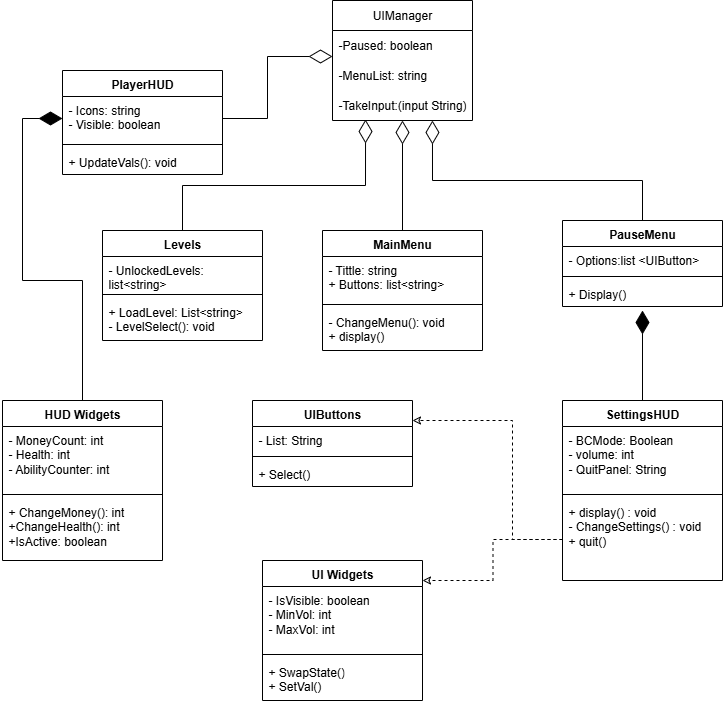
Above: docs/team_lead_6/ClassDiagram.drawio.png in proph-et/uidaho-cs-3383-nitrogen-interactive (draw.io), before the change. Source tidied: cells renumbered, new cells last; positions are measured from the earlier drawing's top-left corner, leaving out a move shared by most shapes.
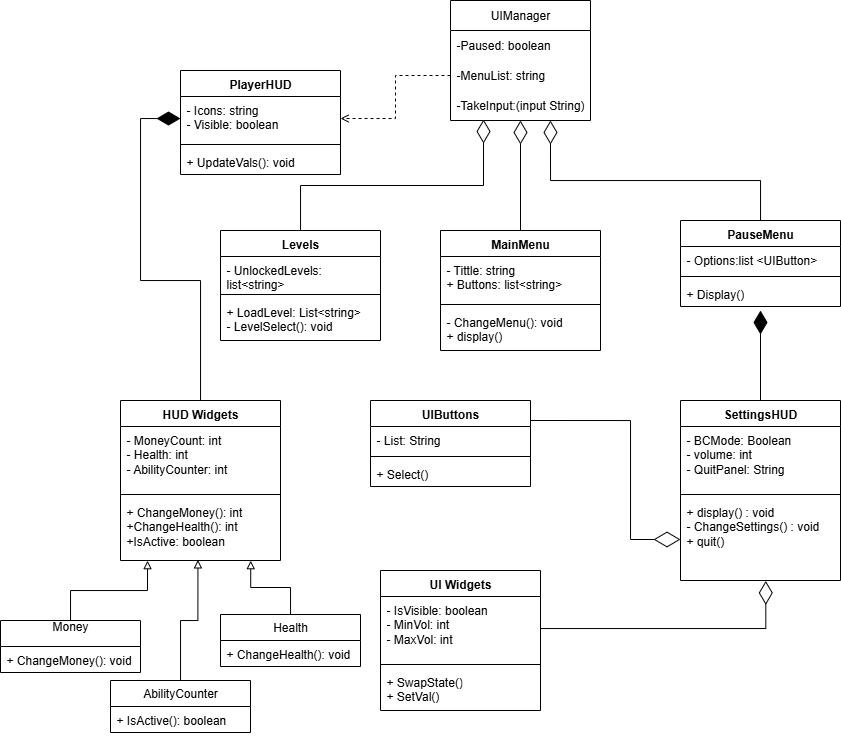
After the change.

What changed in the source:
```diff
@@ -75,7 +75,7 @@
     <mxCell id="24" style="line;strokeWidth=1;fillColor=none;align=left;verticalAlign=middle;spacingTop=-1;spacingLeft=3;spacingRight=3;labelPosition=right;strokeColor=inherit;" parent="22" vertex="1">
       <mxGeometry y="90" width="160" height="8" as="geometry" />
     </mxCell>
-    <mxCell id="25" style="edgeStyle=orthogonalEdgeStyle;shape=filledEdge;rounded=0;jettySize=auto;html=1;elbow=vertical;endArrow=classic;endFill=0;dashed=1;" parent="22" edge="1" source="27">
+    <mxCell id="25" style="edgeStyle=orthogonalEdgeStyle;shape=filledEdge;rounded=0;jettySize=auto;html=1;elbow=vertical;endArrow=none;endFill=0;startSize=24;endSize=17;startArrow=diamondThin;startFill=0;" parent="22" edge="1" source="27">
       <mxGeometry relative="1" as="geometry">
         <mxPoint x="-150" y="20" as="targetPoint" />
         <Array as="points">
@@ -84,11 +84,6 @@
         </Array>
       </mxGeometry>
     </mxCell>
-    <mxCell id="26" style="edgeStyle=orthogonalEdgeStyle;shape=filledEdge;rounded=0;jettySize=auto;html=1;elbow=vertical;dashed=1;endArrow=classic;endFill=0;" parent="22" edge="1" source="27">
-      <mxGeometry relative="1" as="geometry">
-        <mxPoint x="-140" y="180" as="targetPoint" />
-      </mxGeometry>
-    </mxCell>
     <mxCell id="27" value="+ display() : void&lt;div&gt;- ChangeSettings() : void&lt;/div&gt;&lt;div&gt;+ quit()&lt;br&gt;&lt;div&gt;&lt;br&gt;&lt;/div&gt;&lt;/div&gt;" style="text;strokeColor=none;fillColor=none;align=left;verticalAlign=top;spacingLeft=4;spacingRight=4;overflow=hidden;points=[[0,0.5],[1,0.5]];portConstraint=eastwest;whiteSpace=wrap;html=1;" parent="22" vertex="1">
       <mxGeometry y="98" width="160" height="82" as="geometry" />
     </mxCell>
@@ -105,7 +100,7 @@
       <mxGeometry y="60" width="160" height="26" as="geometry" />
     </mxCell>
     <mxCell id="32" value="UI Widgets" style="swimlane;fontStyle=1;align=center;verticalAlign=top;horizontal=1;startSize=26;whiteSpace=wrap;html=1;" parent="1" vertex="1">
-      <mxGeometry x="260" y="560" width="160" height="140" as="geometry" />
+      <mxGeometry x="260" y="570" width="160" height="140" as="geometry" />
     </mxCell>
     <mxCell id="33" value="- IsVisible: boolean&lt;div&gt;- MinVol: int&amp;nbsp;&lt;/div&gt;&lt;div&gt;- MaxVol: int&lt;br&gt;&lt;div&gt;&lt;br&gt;&lt;/div&gt;&lt;/div&gt;" style="text;strokeColor=none;fillColor=none;align=left;verticalAlign=top;spacingLeft=4;spacingRight=4;overflow=hidden;points=[[0,0.5],[1,0.5]];portConstraint=eastwest;whiteSpace=wrap;html=1;" parent="32" vertex="1">
       <mxGeometry y="26" width="160" height="64" as="geometry" />
@@ -128,9 +123,6 @@
     <mxCell id="39" value="+ UpdateVals(): void&amp;nbsp;" style="text;strokeColor=none;fillColor=none;align=left;verticalAlign=top;spacingLeft=4;spacingRight=4;overflow=hidden;whiteSpace=wrap;html=1;" parent="36" vertex="1">
       <mxGeometry y="78" width="160" height="26" as="geometry" />
     </mxCell>
-    <mxCell id="40" style="edgeStyle=orthogonalEdgeStyle;shape=filledEdge;rounded=0;jettySize=auto;html=1;entryX=0;entryY=0.867;entryDx=0;entryDy=0;entryPerimeter=0;elbow=vertical;endArrow=diamondThin;endFill=0;endSize=21;" parent="1" edge="1" source="37" target="3">
-      <mxGeometry relative="1" as="geometry" />
-    </mxCell>
     <mxCell id="41" style="edgeStyle=orthogonalEdgeStyle;shape=filledEdge;rounded=0;jettySize=auto;html=1;elbow=vertical;endArrow=diamondThin;endFill=1;endSize=21;" parent="1" edge="1" source="42" target="37">
       <mxGeometry relative="1" as="geometry" />
     </mxCell>
@@ -146,5 +138,38 @@
     <mxCell id="45" value="+ ChangeMoney(): int&lt;div&gt;+ChangeHealth(): int&lt;/div&gt;&lt;div&gt;+IsActive: boolean&lt;/div&gt;" style="text;strokeColor=none;fillColor=none;align=left;verticalAlign=top;spacingLeft=4;spacingRight=4;overflow=hidden;points=[[0,0.5],[1,0.5]];portConstraint=eastwest;whiteSpace=wrap;html=1;" parent="42" vertex="1">
       <mxGeometry y="98" width="160" height="62" as="geometry" />
     </mxCell>
+    <mxCell id="46" style="edgeStyle=orthogonalEdgeStyle;shape=filledEdge;rounded=0;jettySize=auto;html=1;entryX=1;entryY=0.5;entryDx=0;entryDy=0;elbow=vertical;dashed=1;startArrow=none;startFill=0;endArrow=open;endFill=0;" parent="1" edge="1" source="4" target="37">
+      <mxGeometry relative="1" as="geometry" />
+    </mxCell>
+    <mxCell id="47" style="edgeStyle=orthogonalEdgeStyle;shape=filledEdge;rounded=0;jettySize=auto;html=1;entryX=0.533;entryY=1.005;entryDx=0;entryDy=0;entryPerimeter=0;elbow=vertical;endArrow=diamondThin;endFill=0;endSize=21;" parent="1" edge="1" source="33" target="27">
+      <mxGeometry relative="1" as="geometry" />
+    </mxCell>
+    <mxCell id="48" value="Money&lt;div&gt;&lt;br&gt;&lt;/div&gt;" style="swimlane;fontStyle=0;horizontal=1;startSize=26;fillColor=none;whiteSpace=wrap;html=1;" parent="1" vertex="1">
+      <mxGeometry x="-120" y="620" width="140" height="52" as="geometry" />
+    </mxCell>
+    <mxCell id="49" value="+ ChangeMoney(): void" style="text;strokeColor=none;fillColor=none;align=left;verticalAlign=top;spacingLeft=4;spacingRight=4;overflow=hidden;whiteSpace=wrap;html=1;" parent="48" vertex="1">
+      <mxGeometry y="26" width="140" height="26" as="geometry" />
+    </mxCell>
+    <mxCell id="50" style="edgeStyle=orthogonalEdgeStyle;shape=filledEdge;rounded=0;jettySize=auto;html=1;entryX=0.169;entryY=1.003;entryDx=0;entryDy=0;entryPerimeter=0;elbow=vertical;endArrow=block;endFill=0;" parent="1" edge="1" source="48" target="45">
+      <mxGeometry relative="1" as="geometry" />
+    </mxCell>
+    <mxCell id="51" value="&lt;div&gt;Health&lt;/div&gt;" style="swimlane;fontStyle=0;horizontal=1;startSize=26;fillColor=none;whiteSpace=wrap;html=1;" parent="1" vertex="1">
+      <mxGeometry x="100" y="614" width="140" height="52" as="geometry" />
+    </mxCell>
+    <mxCell id="52" value="+ ChangeHealth(): void" style="text;strokeColor=none;fillColor=none;align=left;verticalAlign=top;spacingLeft=4;spacingRight=4;overflow=hidden;whiteSpace=wrap;html=1;" parent="51" vertex="1">
+      <mxGeometry y="26" width="140" height="26" as="geometry" />
+    </mxCell>
+    <mxCell id="53" style="edgeStyle=orthogonalEdgeStyle;shape=filledEdge;rounded=0;jettySize=auto;html=1;entryX=0.814;entryY=1.003;entryDx=0;entryDy=0;entryPerimeter=0;elbow=vertical;endArrow=block;endFill=0;" parent="1" edge="1" source="51" target="45">
+      <mxGeometry relative="1" as="geometry" />
+    </mxCell>
+    <mxCell id="54" value="AbilityCounter" style="swimlane;fontStyle=0;horizontal=1;startSize=26;fillColor=none;whiteSpace=wrap;html=1;" parent="1" vertex="1">
+      <mxGeometry x="-10" y="680" width="140" height="52" as="geometry" />
+    </mxCell>
+    <mxCell id="55" value="+ IsActive(): boolean" style="text;strokeColor=none;fillColor=none;align=left;verticalAlign=top;spacingLeft=4;spacingRight=4;overflow=hidden;whiteSpace=wrap;html=1;" parent="54" vertex="1">
+      <mxGeometry y="26" width="140" height="26" as="geometry" />
+    </mxCell>
+    <mxCell id="56" style="edgeStyle=orthogonalEdgeStyle;shape=filledEdge;rounded=0;jettySize=auto;html=1;entryX=0.484;entryY=0.99;entryDx=0;entryDy=0;entryPerimeter=0;elbow=vertical;endArrow=block;endFill=0;" parent="1" edge="1" source="54" target="45">
+      <mxGeometry relative="1" as="geometry" />
+    </mxCell>
   </root>
 </mxGraphModel>
```
